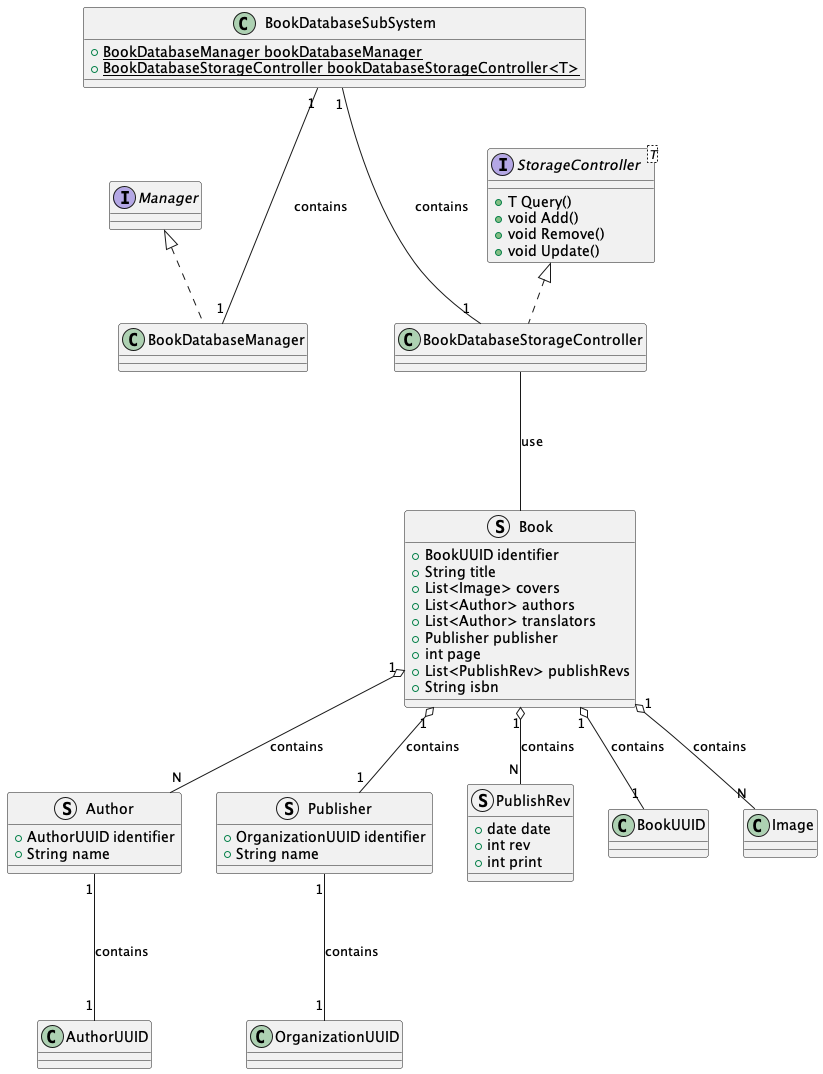
ShapeLayer/se-lecture-task__project-structure-definitions keeps this PlantUML diagram as rendered/BookDatabase.png. Above is the earlier version.
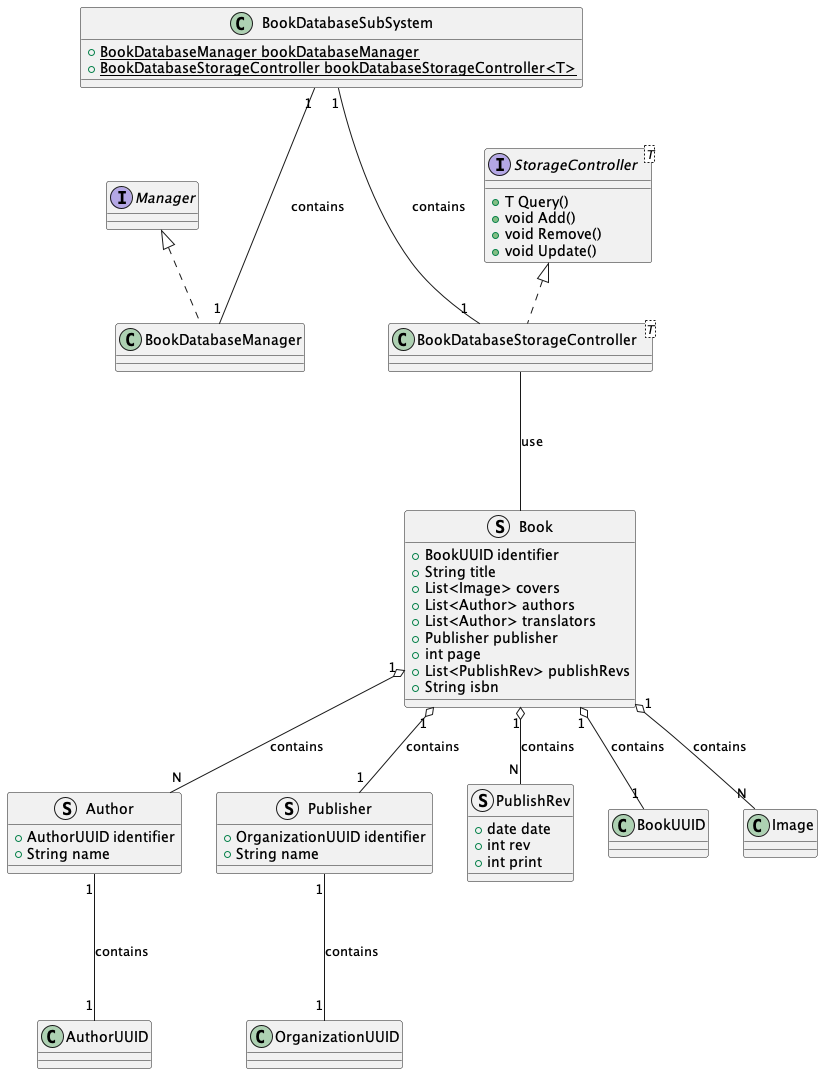
After the change.

Diff of the diagram source:
```diff
@@ -45,7 +45,7 @@
 
 class BookDatabaseManager implements Manager {}
 
-class BookDatabaseStorageController implements StorageController {}
+class BookDatabaseStorageController<T> implements StorageController {}
 BookDatabaseStorageController --- Book : use
 
 class BookDatabaseSubSystem {
```
